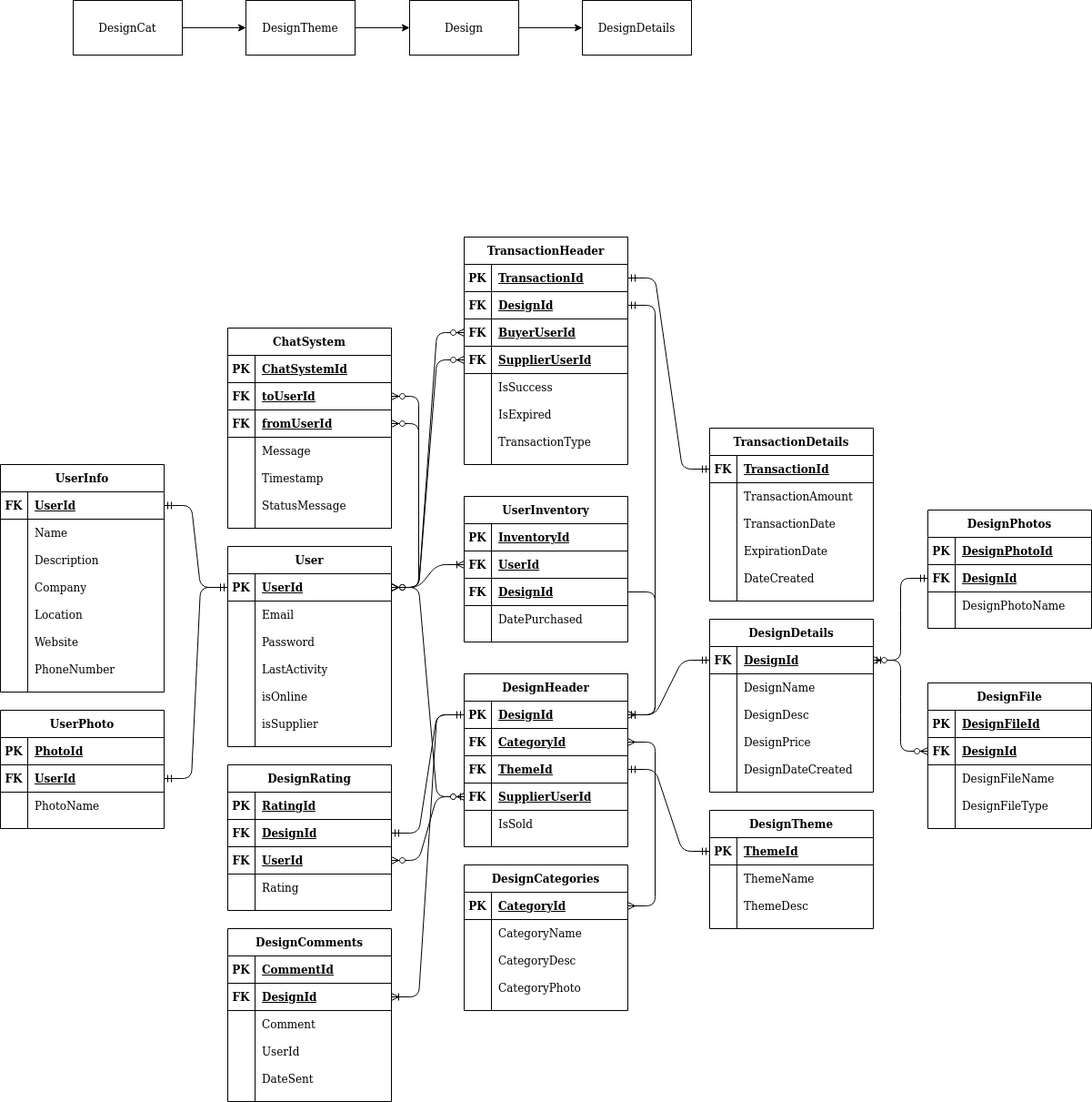
Before: belidesain-db/cari_desain.png, a diagram exported from draw.io (felixfilipi/belidesain.com). Source tidied: cells renumbered, new cells last; positions are measured from the earlier drawing's top-left corner, leaving out a move shared by most shapes.
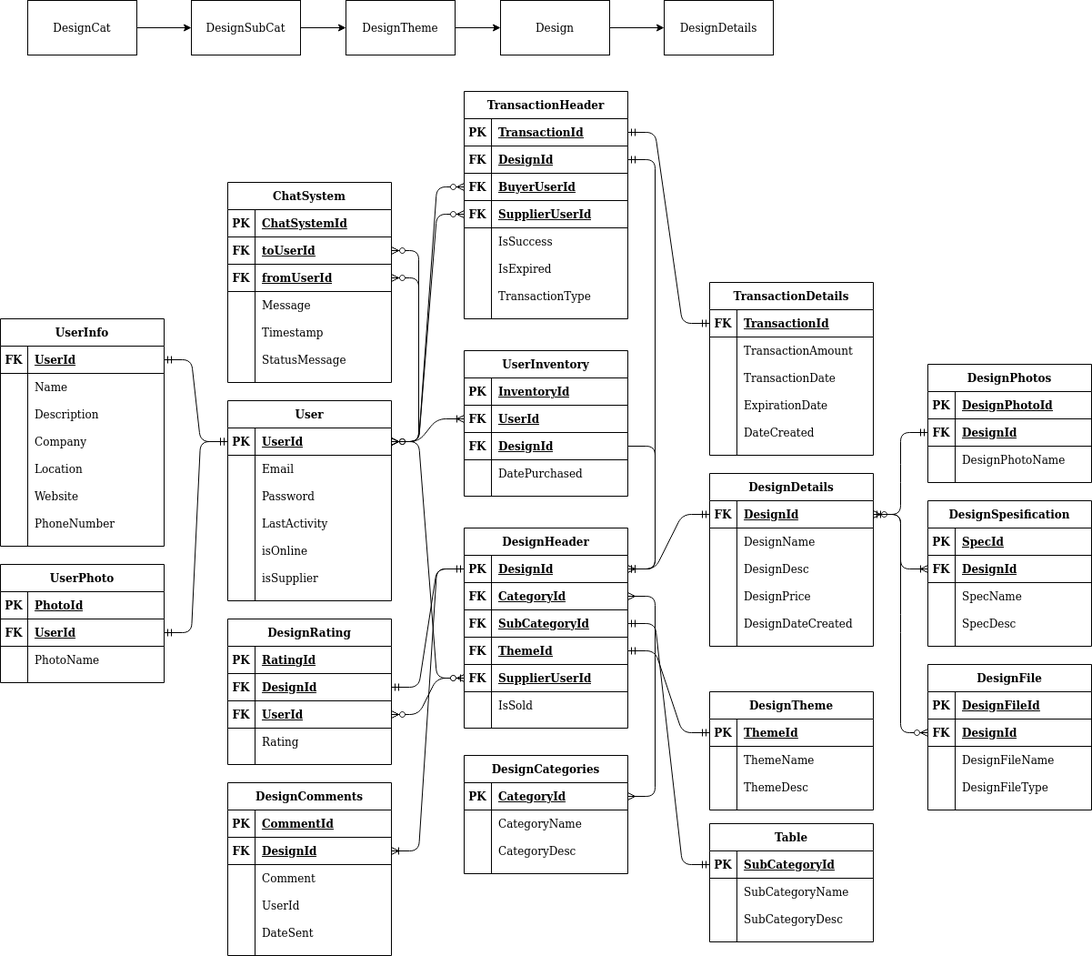
After the change.

The edit, as a diff of the source:
```diff
@@ -228,7 +228,7 @@
       <mxGeometry x="30" width="150" height="30" as="geometry" />
     </mxCell>
     <mxCell id="77" value="DesignCategories" style="shape=table;startSize=30;rowLines=0;fontStyle=1;align=center;" parent="1" vertex="1">
-      <mxGeometry x="510" y="950" width="180" height="160" as="geometry" />
+      <mxGeometry x="510" y="990" width="180" height="130" as="geometry" />
     </mxCell>
     <mxCell id="78" style="shape=partialRectangle;fillColor=none;top=0;left=0;bottom=1;right=0;points=[[0,0.5],[1,0.5]];portConstraint=eastwest;" parent="77" vertex="1">
       <mxGeometry y="30" width="180" height="30" as="geometry" />
@@ -257,17 +257,8 @@
     <mxCell id="86" value="CategoryDesc" style="shape=partialRectangle;fillColor=none;top=0;left=0;bottom=0;right=0;align=left;spacingLeft=6;overflow=hidden;" parent="84" vertex="1">
       <mxGeometry x="30" width="150" height="30" as="geometry" />
     </mxCell>
-    <mxCell id="87" style="shape=partialRectangle;fillColor=none;top=0;left=0;bottom=0;right=0;" parent="77" vertex="1">
-      <mxGeometry y="120" width="180" height="30" as="geometry" />
-    </mxCell>
-    <mxCell id="88" style="shape=partialRectangle;fillColor=none;top=0;left=0;bottom=0;right=0;overflow=hidden;" parent="87" vertex="1">
-      <mxGeometry width="30" height="30" as="geometry" />
-    </mxCell>
-    <mxCell id="89" value="CategoryPhoto" style="shape=partialRectangle;fillColor=none;top=0;left=0;bottom=0;right=0;align=left;spacingLeft=6;overflow=hidden;" parent="87" vertex="1">
-      <mxGeometry x="30" width="150" height="30" as="geometry" />
-    </mxCell>
     <mxCell id="90" value="DesignHeader" style="shape=table;startSize=30;rowLines=0;fontStyle=1;align=center;" parent="1" vertex="1">
-      <mxGeometry x="510" y="740" width="180" height="190" as="geometry" />
+      <mxGeometry x="510" y="740" width="180" height="220" as="geometry" />
     </mxCell>
     <mxCell id="91" style="shape=partialRectangle;fillColor=none;top=0;left=0;bottom=1;right=0;points=[[0,0.5],[1,0.5]];portConstraint=eastwest;" parent="90" vertex="1">
       <mxGeometry y="30" width="180" height="30" as="geometry" />
@@ -287,8 +278,17 @@
     <mxCell id="96" value="CategoryId" style="shape=partialRectangle;fillColor=none;top=0;left=0;bottom=0;right=0;align=left;spacingLeft=6;fontStyle=5;overflow=hidden;" parent="94" vertex="1">
       <mxGeometry x="30" width="150" height="30" as="geometry" />
     </mxCell>
+    <mxCell id="256" style="shape=partialRectangle;fillColor=none;top=0;left=0;bottom=1;right=0;points=[[0,0.5],[1,0.5]];portConstraint=eastwest;" parent="90" vertex="1">
+      <mxGeometry y="90" width="180" height="30" as="geometry" />
+    </mxCell>
+    <mxCell id="257" value="FK" style="shape=partialRectangle;fillColor=none;top=0;left=0;bottom=0;right=0;fontStyle=1;overflow=hidden;" parent="256" vertex="1">
+      <mxGeometry width="30" height="30" as="geometry" />
+    </mxCell>
+    <mxCell id="258" value="SubCategoryId" style="shape=partialRectangle;fillColor=none;top=0;left=0;bottom=0;right=0;align=left;spacingLeft=6;fontStyle=5;overflow=hidden;" parent="256" vertex="1">
+      <mxGeometry x="30" width="150" height="30" as="geometry" />
+    </mxCell>
     <mxCell id="97" style="shape=partialRectangle;fillColor=none;top=0;left=0;bottom=1;right=0;points=[[0,0.5],[1,0.5]];portConstraint=eastwest;" parent="90" vertex="1">
-      <mxGeometry y="90" width="180" height="30" as="geometry" />
+      <mxGeometry y="120" width="180" height="30" as="geometry" />
     </mxCell>
     <mxCell id="98" value="FK" style="shape=partialRectangle;fillColor=none;top=0;left=0;bottom=0;right=0;fontStyle=1;overflow=hidden;" parent="97" vertex="1">
       <mxGeometry width="30" height="30" as="geometry" />
@@ -297,7 +297,7 @@
       <mxGeometry x="30" width="150" height="30" as="geometry" />
     </mxCell>
     <mxCell id="100" style="shape=partialRectangle;fillColor=none;top=0;left=0;bottom=1;right=0;points=[[0,0.5],[1,0.5]];portConstraint=eastwest;" parent="90" vertex="1">
-      <mxGeometry y="120" width="180" height="30" as="geometry" />
+      <mxGeometry y="150" width="180" height="30" as="geometry" />
     </mxCell>
     <mxCell id="101" value="FK" style="shape=partialRectangle;fillColor=none;top=0;left=0;bottom=0;right=0;fontStyle=1;overflow=hidden;" parent="100" vertex="1">
       <mxGeometry width="30" height="30" as="geometry" />
@@ -306,7 +306,7 @@
       <mxGeometry x="30" width="150" height="30" as="geometry" />
     </mxCell>
     <mxCell id="103" style="shape=partialRectangle;fillColor=none;top=0;left=0;bottom=0;right=0;" parent="90" vertex="1">
-      <mxGeometry y="150" width="180" height="30" as="geometry" />
+      <mxGeometry y="180" width="180" height="30" as="geometry" />
     </mxCell>
     <mxCell id="104" style="shape=partialRectangle;fillColor=none;top=0;left=0;bottom=0;right=0;overflow=hidden;" parent="103" vertex="1">
       <mxGeometry width="30" height="30" as="geometry" />
@@ -573,7 +573,7 @@
       <mxGeometry relative="1" as="geometry" />
     </mxCell>
     <mxCell id="192" value="DesignTheme" style="shape=table;startSize=30;rowLines=0;fontStyle=1;align=center;" parent="1" vertex="1">
-      <mxGeometry x="780" y="890" width="180" height="130" as="geometry" />
+      <mxGeometry x="780" y="920" width="180" height="130" as="geometry" />
     </mxCell>
     <mxCell id="193" style="shape=partialRectangle;fillColor=none;top=0;left=0;bottom=1;right=0;points=[[0,0.5],[1,0.5]];portConstraint=eastwest;" parent="192" vertex="1">
       <mxGeometry y="30" width="180" height="30" as="geometry" />
@@ -602,17 +602,17 @@
     <mxCell id="201" value="ThemeDesc" style="shape=partialRectangle;fillColor=none;top=0;left=0;bottom=0;right=0;align=left;spacingLeft=6;overflow=hidden;" parent="199" vertex="1">
       <mxGeometry x="30" width="150" height="30" as="geometry" />
     </mxCell>
+    <mxCell id="259" style="edgeStyle=orthogonalEdgeStyle;rounded=0;jettySize=auto;html=1;" parent="1" edge="1" source="202" target="285">
+      <mxGeometry relative="1" as="geometry" />
+    </mxCell>
     <mxCell id="202" value="DesignCat" style="rounded=0;whiteSpace=wrap;html=1;" parent="1" vertex="1">
-      <mxGeometry x="80" width="120" height="60" as="geometry" />
+      <mxGeometry x="30" y="160" width="120" height="60" as="geometry" />
     </mxCell>
     <mxCell id="203" value="&lt;div&gt;DesignTheme&lt;/div&gt;" style="rounded=0;whiteSpace=wrap;html=1;" parent="1" vertex="1">
-      <mxGeometry x="270" width="120" height="60" as="geometry" />
+      <mxGeometry x="380" y="160" width="120" height="60" as="geometry" />
     </mxCell>
-    <mxCell id="204" style="endArrow=classic;html=1;" parent="1" edge="1" source="202" target="203">
-      <mxGeometry relative="1" as="geometry" />
-    </mxCell>
     <mxCell id="205" value="Design" style="rounded=0;whiteSpace=wrap;html=1;" parent="1" vertex="1">
-      <mxGeometry x="450" width="120" height="60" as="geometry" />
+      <mxGeometry x="550" y="160" width="120" height="60" as="geometry" />
     </mxCell>
     <mxCell id="206" style="endArrow=classic;html=1;" parent="1" edge="1" source="203" target="205">
       <mxGeometry relative="1" as="geometry" />
@@ -621,7 +621,7 @@
       <mxGeometry relative="1" as="geometry" />
     </mxCell>
     <mxCell id="208" value="DesignDetails" style="rounded=0;whiteSpace=wrap;html=1;" parent="1" vertex="1">
-      <mxGeometry x="640" width="120" height="60" as="geometry" />
+      <mxGeometry x="730" y="160" width="120" height="60" as="geometry" />
     </mxCell>
     <mxCell id="209" style="edgeStyle=entityRelationEdgeStyle;fontSize=12;html=1;endArrow=ERmandOne;startArrow=ERmandOne;" parent="1" edge="1" source="97" target="193">
       <mxGeometry relative="1" as="geometry" />
@@ -717,7 +717,7 @@
       <mxGeometry x="30" width="150" height="30" as="geometry" />
     </mxCell>
     <mxCell id="240" value="DesignFile" style="shape=table;startSize=30;rowLines=0;fontStyle=1;align=center;" parent="1" vertex="1">
-      <mxGeometry x="1020" y="750" width="180" height="160" as="geometry" />
+      <mxGeometry x="1020" y="890" width="180" height="160" as="geometry" />
     </mxCell>
     <mxCell id="241" style="shape=partialRectangle;fillColor=none;top=0;left=0;bottom=1;right=0;" parent="240" vertex="1">
       <mxGeometry y="30" width="180" height="30" as="geometry" />
@@ -764,5 +764,86 @@
     <mxCell id="255" style="edgeStyle=entityRelationEdgeStyle;fontSize=12;html=1;endArrow=ERzeroToMany;endFill=1;startArrow=ERzeroToMany;" parent="1" edge="1" source="126" target="244">
       <mxGeometry relative="1" as="geometry" />
     </mxCell>
+    <mxCell id="260" value="Table" style="shape=table;startSize=30;rowLines=0;fontStyle=1;align=center;" parent="1" vertex="1">
+      <mxGeometry x="780" y="1065" width="180" height="130" as="geometry" />
+    </mxCell>
+    <mxCell id="261" style="shape=partialRectangle;fillColor=none;top=0;left=0;bottom=1;right=0;points=[[0,0.5],[1,0.5]];portConstraint=eastwest;" parent="260" vertex="1">
+      <mxGeometry y="30" width="180" height="30" as="geometry" />
+    </mxCell>
+    <mxCell id="262" value="PK" style="shape=partialRectangle;fillColor=none;top=0;left=0;bottom=0;right=0;fontStyle=1;overflow=hidden;" parent="261" vertex="1">
+      <mxGeometry width="30" height="30" as="geometry" />
+    </mxCell>
+    <mxCell id="263" value="SubCategoryId" style="shape=partialRectangle;fillColor=none;top=0;left=0;bottom=0;right=0;align=left;spacingLeft=6;fontStyle=5;overflow=hidden;" parent="261" vertex="1">
+      <mxGeometry x="30" width="150" height="30" as="geometry" />
+    </mxCell>
+    <mxCell id="264" style="shape=partialRectangle;fillColor=none;top=0;left=0;bottom=0;right=0;" parent="260" vertex="1">
+      <mxGeometry y="60" width="180" height="30" as="geometry" />
+    </mxCell>
+    <mxCell id="265" style="shape=partialRectangle;fillColor=none;top=0;left=0;bottom=0;right=0;overflow=hidden;" parent="264" vertex="1">
+      <mxGeometry width="30" height="30" as="geometry" />
+    </mxCell>
+    <mxCell id="266" value="SubCategoryName" style="shape=partialRectangle;fillColor=none;top=0;left=0;bottom=0;right=0;align=left;spacingLeft=6;overflow=hidden;" parent="264" vertex="1">
+      <mxGeometry x="30" width="150" height="30" as="geometry" />
+    </mxCell>
+    <mxCell id="267" style="shape=partialRectangle;fillColor=none;top=0;left=0;bottom=0;right=0;" parent="260" vertex="1">
+      <mxGeometry y="90" width="180" height="30" as="geometry" />
+    </mxCell>
+    <mxCell id="268" style="shape=partialRectangle;fillColor=none;top=0;left=0;bottom=0;right=0;overflow=hidden;" parent="267" vertex="1">
+      <mxGeometry width="30" height="30" as="geometry" />
+    </mxCell>
+    <mxCell id="269" value="SubCategoryDesc" style="shape=partialRectangle;fillColor=none;top=0;left=0;bottom=0;right=0;align=left;spacingLeft=6;overflow=hidden;" parent="267" vertex="1">
+      <mxGeometry x="30" width="150" height="30" as="geometry" />
+    </mxCell>
+    <mxCell id="270" style="edgeStyle=entityRelationEdgeStyle;fontSize=12;html=1;endArrow=ERmandOne;startArrow=ERmandOne;" parent="1" edge="1" source="261" target="256">
+      <mxGeometry relative="1" as="geometry" />
+    </mxCell>
+    <mxCell id="271" value="DesignSpesification" style="shape=table;startSize=30;rowLines=0;fontStyle=1;align=center;" parent="1" vertex="1">
+      <mxGeometry x="1020" y="710" width="180" height="160" as="geometry" />
+    </mxCell>
+    <mxCell id="272" style="shape=partialRectangle;fillColor=none;top=0;left=0;bottom=1;right=0;" parent="271" vertex="1">
+      <mxGeometry y="30" width="180" height="30" as="geometry" />
+    </mxCell>
+    <mxCell id="273" value="PK" style="shape=partialRectangle;fillColor=none;top=0;left=0;bottom=0;right=0;fontStyle=1;overflow=hidden;" parent="272" vertex="1">
+      <mxGeometry width="30" height="30" as="geometry" />
+    </mxCell>
+    <mxCell id="274" value="SpecId" style="shape=partialRectangle;fillColor=none;top=0;left=0;bottom=0;right=0;align=left;spacingLeft=6;fontStyle=5;overflow=hidden;" parent="272" vertex="1">
+      <mxGeometry x="30" width="150" height="30" as="geometry" />
+    </mxCell>
+    <mxCell id="275" style="shape=partialRectangle;fillColor=none;top=0;left=0;bottom=1;right=0;points=[[0,0.5],[1,0.5]];portConstraint=eastwest;" parent="271" vertex="1">
+      <mxGeometry y="60" width="180" height="30" as="geometry" />
+    </mxCell>
+    <mxCell id="276" value="FK" style="shape=partialRectangle;fillColor=none;top=0;left=0;bottom=0;right=0;fontStyle=1;overflow=hidden;" parent="275" vertex="1">
+      <mxGeometry width="30" height="30" as="geometry" />
+    </mxCell>
+    <mxCell id="277" value="DesignId" style="shape=partialRectangle;fillColor=none;top=0;left=0;bottom=0;right=0;align=left;spacingLeft=6;fontStyle=5;overflow=hidden;" parent="275" vertex="1">
+      <mxGeometry x="30" width="150" height="30" as="geometry" />
+    </mxCell>
+    <mxCell id="278" style="shape=partialRectangle;fillColor=none;top=0;left=0;bottom=0;right=0;" parent="271" vertex="1">
+      <mxGeometry y="90" width="180" height="30" as="geometry" />
+    </mxCell>
+    <mxCell id="279" style="shape=partialRectangle;fillColor=none;top=0;left=0;bottom=0;right=0;overflow=hidden;" parent="278" vertex="1">
+      <mxGeometry width="30" height="30" as="geometry" />
+    </mxCell>
+    <mxCell id="280" value="SpecName" style="shape=partialRectangle;fillColor=none;top=0;left=0;bottom=0;right=0;align=left;spacingLeft=6;overflow=hidden;" parent="278" vertex="1">
+      <mxGeometry x="30" width="150" height="30" as="geometry" />
+    </mxCell>
+    <mxCell id="87" style="shape=partialRectangle;fillColor=none;top=0;left=0;bottom=0;right=0;" parent="271" vertex="1">
+      <mxGeometry y="120" width="180" height="30" as="geometry" />
+    </mxCell>
+    <mxCell id="281" style="shape=partialRectangle;fillColor=none;top=0;left=0;bottom=0;right=0;overflow=hidden;" parent="87" vertex="1">
+      <mxGeometry width="30" height="30" as="geometry" />
+    </mxCell>
+    <mxCell id="282" value="SpecDesc" style="shape=partialRectangle;fillColor=none;top=0;left=0;bottom=0;right=0;align=left;spacingLeft=6;overflow=hidden;" parent="87" vertex="1">
+      <mxGeometry x="30" width="150" height="30" as="geometry" />
+    </mxCell>
+    <mxCell id="283" style="edgeStyle=entityRelationEdgeStyle;fontSize=12;html=1;endArrow=ERoneToMany;" parent="1" edge="1" source="126" target="275">
+      <mxGeometry relative="1" as="geometry" />
+    </mxCell>
+    <mxCell id="284" style="edgeStyle=orthogonalEdgeStyle;rounded=0;jettySize=auto;html=1;" parent="1" edge="1" source="285" target="203">
+      <mxGeometry relative="1" as="geometry" />
+    </mxCell>
+    <mxCell id="285" value="DesignSubCat" style="rounded=0;whiteSpace=wrap;html=1;" parent="1" vertex="1">
+      <mxGeometry x="210" y="160" width="120" height="60" as="geometry" />
+    </mxCell>
   </root>
 </mxGraphModel>
```
